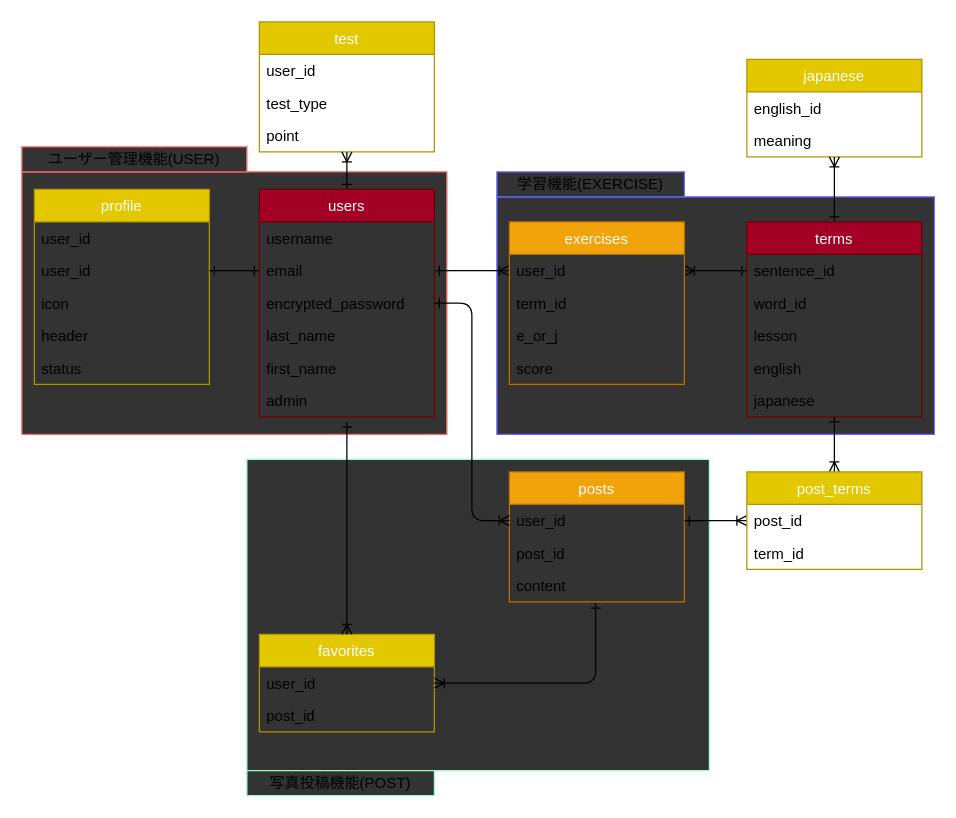
This is er.drawio from HirokiYagou/duo_app, a draw.io file, before an edit. Source tidied: cells renumbered, new cells numbered last; positions are measured from the earlier drawing's top-left corner, leaving out a move shared by most shapes. Both pictures are drawn from the tidied source at 125%, with x=0, y=0 at pixel (21, 21).
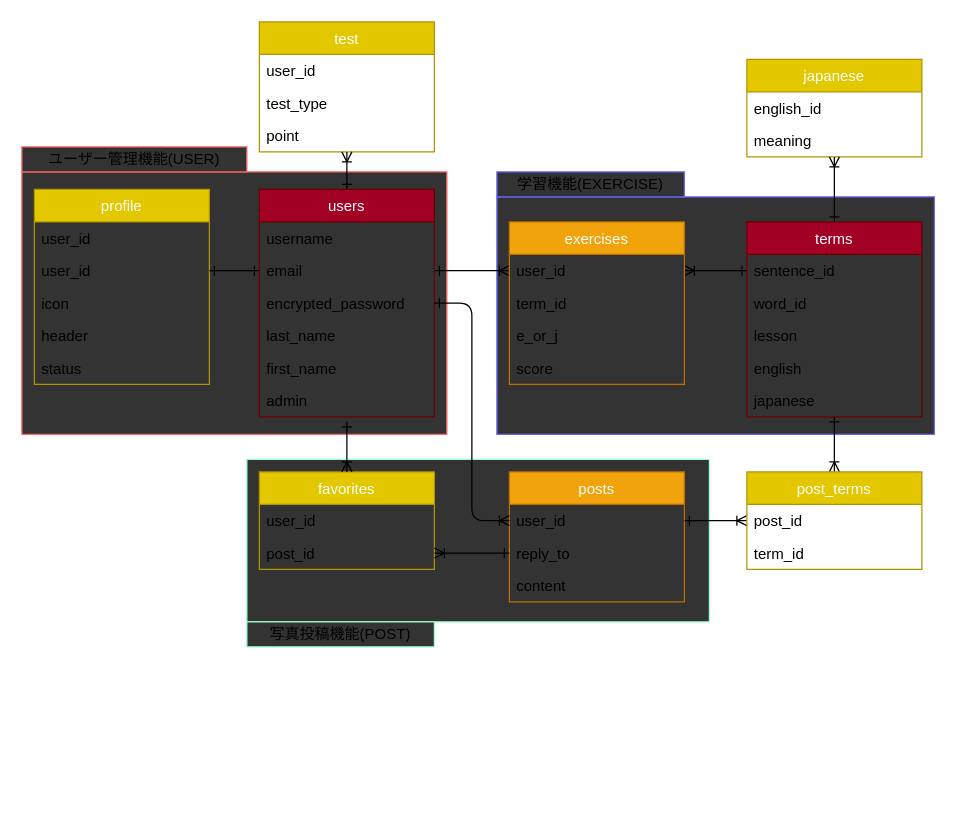
The same page after the edit.

Unchanged cells that the change refers to:
```xml
<mxCell id="12" value="posts" style="swimlane;fontStyle=0;horizontal=1;startSize=26;fillColor=#f0a30a;strokeColor=#BD7000;fontColor=#ffffff;" parent="1" vertex="1">
  <mxGeometry x="390" y="360" width="140" height="104" as="geometry" />
</mxCell>
<mxCell id="15" value="content" style="text;strokeColor=none;fillColor=none;align=left;verticalAlign=top;spacingLeft=4;spacingRight=4;overflow=hidden;points=[[0,0.5],[1,0.5]];portConstraint=eastwest;" parent="12" vertex="1">
  <mxGeometry y="78" width="140" height="26" as="geometry" />
</mxCell>
<mxCell id="47" value="user_id" style="text;strokeColor=none;fillColor=none;align=left;verticalAlign=top;spacingLeft=4;spacingRight=4;overflow=hidden;points=[[0,0.5],[1,0.5]];portConstraint=eastwest;" parent="46" vertex="1">
  <mxGeometry y="26" width="140" height="26" as="geometry" />
</mxCell>
<mxCell id="48" value="post_id" style="text;strokeColor=none;fillColor=none;align=left;verticalAlign=top;spacingLeft=4;spacingRight=4;overflow=hidden;points=[[0,0.5],[1,0.5]];portConstraint=eastwest;" parent="46" vertex="1">
  <mxGeometry y="52" width="140" height="26" as="geometry" />
</mxCell>
```

The edit, as a diff of the source:
```diff
@@
     <mxCell id="4" style="rounded=0;whiteSpace=wrap;html=1;strokeColor=#99FFCC;fillColor=#333333;" parent="1" vertex="1">
-      <mxGeometry x="180" y="350" width="370" height="249" as="geometry" />
+      <mxGeometry x="180" y="350" width="370" height="130" as="geometry" />
     </mxCell>
@@
-    <mxCell id="14" value="post_id" style="text;strokeColor=none;fillColor=none;align=left;verticalAlign=top;spacingLeft=4;spacingRight=4;overflow=hidden;points=[[0,0.5],[1,0.5]];portConstraint=eastwest;" parent="12" vertex="1">
+    <mxCell id="14" value="reply_to" style="text;strokeColor=none;fillColor=none;align=left;verticalAlign=top;spacingLeft=4;spacingRight=4;overflow=hidden;points=[[0,0.5],[1,0.5]];portConstraint=eastwest;" parent="12" vertex="1">
       <mxGeometry y="52" width="140" height="26" as="geometry" />
     </mxCell>
@@
     <mxCell id="46" value="favorites" style="swimlane;fontStyle=0;horizontal=1;startSize=26;fillColor=#e3c800;strokeColor=#B09500;fontColor=#ffffff;" parent="1" vertex="1">
-      <mxGeometry x="190" y="490" width="140" height="78" as="geometry" />
+      <mxGeometry x="190" y="360" width="140" height="78" as="geometry" />
     </mxCell>
@@
-    <mxCell id="49" style="edgeStyle=elbowEdgeStyle;elbow=vertical;endArrow=ERone;html=1;endFill=0;startArrow=ERoneToMany;startFill=0;exitX=1;exitY=0.5;exitDx=0;exitDy=0;entryX=0.493;entryY=1.038;entryDx=0;entryDy=0;entryPerimeter=0;" parent="1" edge="1" source="47" target="15">
-      <mxGeometry relative="1" as="geometry">
-        <Array as="points">
-          <mxPoint x="430" y="529" />
-        </Array>
-      </mxGeometry>
+    <mxCell id="49" style="edgeStyle=elbowEdgeStyle;elbow=vertical;endArrow=ERone;html=1;endFill=0;startArrow=ERoneToMany;startFill=0;entryX=0;entryY=0.5;entryDx=0;entryDy=0;exitX=1;exitY=0.5;exitDx=0;exitDy=0;" parent="1" edge="1" source="48" target="14">
+      <mxGeometry relative="1" as="geometry" />
     </mxCell>
@@
     <mxCell id="51" value="写真投稿機能(POST)" style="text;html=1;align=center;verticalAlign=middle;whiteSpace=wrap;rounded=0;strokeColor=#99FFCC;fillColor=#333333;" parent="1" vertex="1">
-      <mxGeometry x="180" y="599" width="150" height="20" as="geometry" />
+      <mxGeometry x="180" y="480" width="150" height="20" as="geometry" />
     </mxCell>
```
